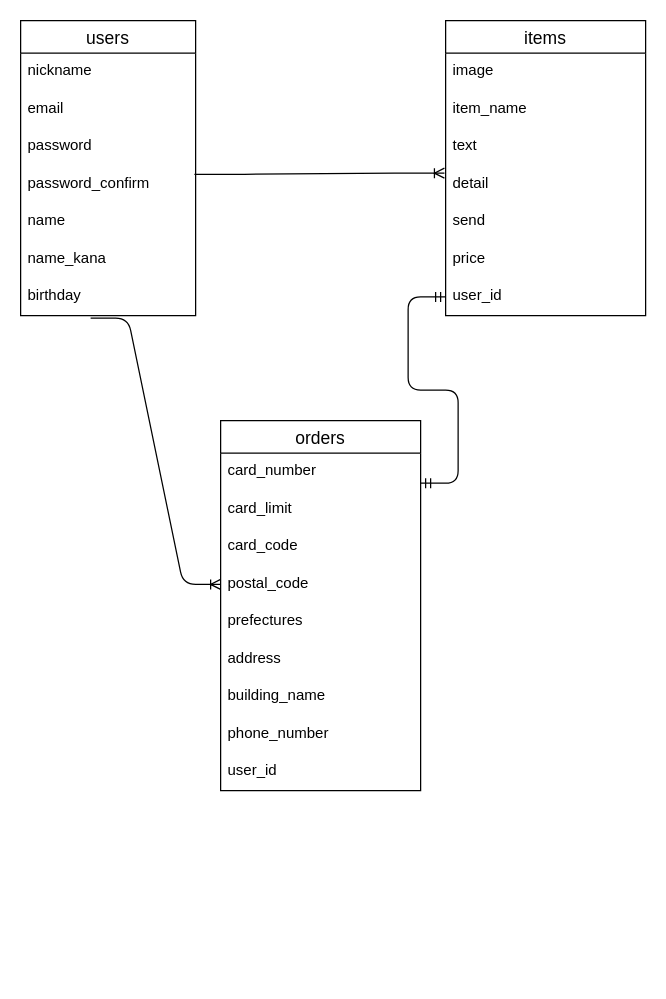
Earlier version of the draw.io diagram app/assets/furima.dio (yoshi0422/furima-30972). Source tidied: cells renumbered, new cells numbered last; positions are measured from the earlier drawing's top-left corner, leaving out a move shared by most shapes. Both pictures are drawn from the tidied source at 125%, with x=0, y=0 at pixel (20, 20).
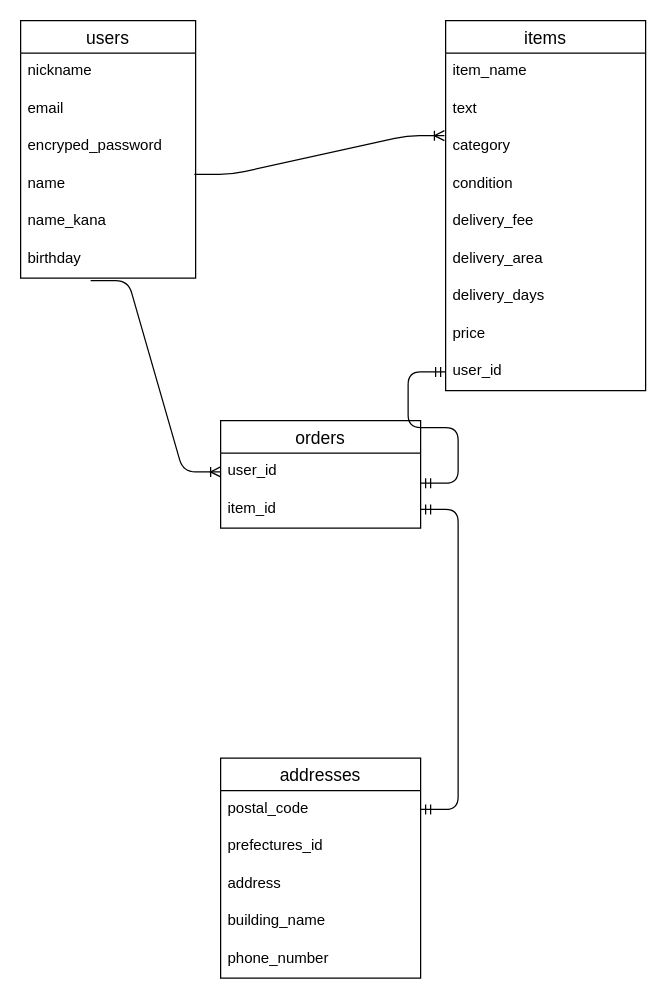
The same diagram, later.

Change to the diagram source:
```diff
@@
     <mxCell id="2" value="users" style="swimlane;fontStyle=0;horizontal=1;startSize=26;align=center;fontSize=14;" parent="1" vertex="1">
-      <mxGeometry width="140" height="236" as="geometry" />
+      <mxGeometry width="140" height="206" as="geometry" />
     </mxCell>
@@
-    <mxCell id="5" value="password" style="text;strokeColor=none;fillColor=none;spacingLeft=4;spacingRight=4;overflow=hidden;fontSize=12;" parent="2" vertex="1">
+    <mxCell id="5" value="encryped_password" style="text;strokeColor=none;fillColor=none;spacingLeft=4;spacingRight=4;overflow=hidden;fontSize=12;" parent="2" vertex="1">
       <mxGeometry y="86" width="140" height="30" as="geometry" />
     </mxCell>
-    <mxCell id="6" value="password_confirm" style="text;strokeColor=none;fillColor=none;spacingLeft=4;spacingRight=4;overflow=hidden;points=[[0,0.5],[1,0.5]];portConstraint=eastwest;fontSize=12;" parent="2" vertex="1">
-      <mxGeometry y="116" width="140" height="30" as="geometry" />
-    </mxCell>
     <mxCell id="7" value="name" style="text;strokeColor=none;fillColor=none;spacingLeft=4;spacingRight=4;overflow=hidden;fontSize=12;" parent="2" vertex="1">
-      <mxGeometry y="146" width="140" height="30" as="geometry" />
+      <mxGeometry y="116" width="140" height="30" as="geometry" />
     </mxCell>
     <mxCell id="8" value="name_kana" style="text;strokeColor=none;fillColor=none;spacingLeft=4;spacingRight=4;overflow=hidden;fontSize=12;" parent="2" vertex="1">
-      <mxGeometry y="176" width="140" height="30" as="geometry" />
+      <mxGeometry y="146" width="140" height="30" as="geometry" />
     </mxCell>
     <mxCell id="9" value="birthday&#10;" style="text;strokeColor=none;fillColor=none;spacingLeft=4;spacingRight=4;overflow=hidden;points=[[0,0.5],[1,0.5]];portConstraint=eastwest;fontSize=12;" parent="2" vertex="1">
-      <mxGeometry y="206" width="140" height="30" as="geometry" />
+      <mxGeometry y="176" width="140" height="30" as="geometry" />
     </mxCell>
     <mxCell id="10" value="items" style="swimlane;fontStyle=0;horizontal=1;startSize=26;align=center;fontSize=14;" parent="1" vertex="1">
-      <mxGeometry x="340" width="160" height="236" as="geometry" />
+      <mxGeometry x="340" width="160" height="296" as="geometry" />
     </mxCell>
-    <mxCell id="11" value="image" style="text;strokeColor=none;fillColor=none;spacingLeft=4;spacingRight=4;overflow=hidden;fontSize=12;" parent="10" vertex="1">
-      <mxGeometry y="26" width="160" height="30" as="geometry" />
-    </mxCell>
     <mxCell id="12" value="item_name" style="text;strokeColor=none;fillColor=none;spacingLeft=4;spacingRight=4;overflow=hidden;fontSize=12;" parent="10" vertex="1">
-      <mxGeometry y="56" width="160" height="30" as="geometry" />
+      <mxGeometry y="26" width="160" height="30" as="geometry" />
     </mxCell>
     <mxCell id="13" value="text" style="text;strokeColor=none;fillColor=none;spacingLeft=4;spacingRight=4;overflow=hidden;fontSize=12;" parent="10" vertex="1">
-      <mxGeometry y="86" width="160" height="30" as="geometry" />
+      <mxGeometry y="56" width="160" height="30" as="geometry" />
     </mxCell>
-    <mxCell id="14" value="detail" style="text;strokeColor=none;fillColor=none;spacingLeft=4;spacingRight=4;overflow=hidden;points=[[0,0.5],[1,0.5]];portConstraint=eastwest;fontSize=12;" parent="10" vertex="1">
-      <mxGeometry y="116" width="160" height="30" as="geometry" />
+    <mxCell id="14" value="category" style="text;strokeColor=none;fillColor=none;spacingLeft=4;spacingRight=4;overflow=hidden;points=[[0,0.5],[1,0.5]];portConstraint=eastwest;fontSize=12;" parent="10" vertex="1">
+      <mxGeometry y="86" width="160" height="30" as="geometry" />
     </mxCell>
-    <mxCell id="15" value="send" style="text;strokeColor=none;fillColor=none;spacingLeft=4;spacingRight=4;overflow=hidden;fontSize=12;" parent="10" vertex="1">
-      <mxGeometry y="146" width="160" height="30" as="geometry" />
+    <mxCell id="15" value="condition" style="text;strokeColor=none;fillColor=none;spacingLeft=4;spacingRight=4;overflow=hidden;fontSize=12;" parent="10" vertex="1">
+      <mxGeometry y="116" width="160" height="30" as="geometry" />
     </mxCell>
+    <mxCell id="31" value="delivery_fee" style="text;strokeColor=none;fillColor=none;spacingLeft=4;spacingRight=4;overflow=hidden;fontSize=12;" parent="10" vertex="1">
+      <mxGeometry y="146" width="160" height="30" as="geometry" />
+    </mxCell>
+    <mxCell id="32" value="delivery_area" style="text;strokeColor=none;fillColor=none;spacingLeft=4;spacingRight=4;overflow=hidden;fontSize=12;" parent="10" vertex="1">
+      <mxGeometry y="176" width="160" height="30" as="geometry" />
+    </mxCell>
+    <mxCell id="33" value="delivery_days" style="text;strokeColor=none;fillColor=none;spacingLeft=4;spacingRight=4;overflow=hidden;fontSize=12;" parent="10" vertex="1">
+      <mxGeometry y="206" width="160" height="30" as="geometry" />
+    </mxCell>
     <mxCell id="16" value="price" style="text;strokeColor=none;fillColor=none;spacingLeft=4;spacingRight=4;overflow=hidden;fontSize=12;" parent="10" vertex="1">
-      <mxGeometry y="176" width="160" height="30" as="geometry" />
+      <mxGeometry y="236" width="160" height="30" as="geometry" />
     </mxCell>
     <mxCell id="17" value="user_id" style="text;strokeColor=none;fillColor=none;spacingLeft=4;spacingRight=4;overflow=hidden;points=[[0,0.5],[1,0.5]];portConstraint=eastwest;fontSize=12;" parent="10" vertex="1">
-      <mxGeometry y="206" width="160" height="30" as="geometry" />
+      <mxGeometry y="266" width="160" height="30" as="geometry" />
     </mxCell>
     <mxCell id="18" value="orders" style="swimlane;fontStyle=0;horizontal=1;startSize=26;align=center;fontSize=14;" parent="1" vertex="1">
-      <mxGeometry x="160" y="320" width="160" height="296" as="geometry" />
+      <mxGeometry x="160" y="320" width="160" height="86" as="geometry" />
     </mxCell>
-    <mxCell id="19" value="card_number" style="text;strokeColor=none;fillColor=none;spacingLeft=4;spacingRight=4;overflow=hidden;fontSize=12;" parent="18" vertex="1">
-      <mxGeometry y="26" width="160" height="30" as="geometry" />
-    </mxCell>
-    <mxCell id="20" value="card_limit" style="text;strokeColor=none;fillColor=none;spacingLeft=4;spacingRight=4;overflow=hidden;fontSize=12;" parent="18" vertex="1">
-      <mxGeometry y="56" width="160" height="30" as="geometry" />
-    </mxCell>
-    <mxCell id="21" value="card_code" style="text;strokeColor=none;fillColor=none;spacingLeft=4;spacingRight=4;overflow=hidden;fontSize=12;" parent="18" vertex="1">
-      <mxGeometry y="86" width="160" height="30" as="geometry" />
-    </mxCell>
+    <mxCell id="27" value="user_id" style="text;strokeColor=none;fillColor=none;spacingLeft=4;spacingRight=4;overflow=hidden;fontSize=12;" parent="18" vertex="1">
+      <mxGeometry y="26" width="160" height="30" as="geometry" />
+    </mxCell>
+    <mxCell id="34" value="item_id" style="text;strokeColor=none;fillColor=none;spacingLeft=4;spacingRight=4;overflow=hidden;points=[[0,0.5],[1,0.5]];portConstraint=eastwest;fontSize=12;" parent="18" vertex="1">
+      <mxGeometry y="56" width="160" height="30" as="geometry" />
+    </mxCell>
+    <mxCell id="28" style="edgeStyle=entityRelationEdgeStyle;fontSize=12;html=1;endArrow=ERmandOne;startArrow=ERmandOne;" parent="1" edge="1" target="17">
+      <mxGeometry relative="1" as="geometry">
+        <mxPoint x="320" y="370" as="sourcePoint" />
+      </mxGeometry>
+    </mxCell>
+    <mxCell id="29" style="edgeStyle=entityRelationEdgeStyle;fontSize=12;html=1;endArrow=ERoneToMany;entryX=-0.006;entryY=0.2;entryDx=0;entryDy=0;entryPerimeter=0;exitX=0.993;exitY=0.233;exitDx=0;exitDy=0;exitPerimeter=0;" parent="1" edge="1" target="14">
+      <mxGeometry relative="1" as="geometry">
+        <mxPoint x="139" y="123" as="sourcePoint" />
+      </mxGeometry>
+    </mxCell>
+    <mxCell id="30" style="edgeStyle=entityRelationEdgeStyle;fontSize=12;html=1;endArrow=ERoneToMany;exitX=0.4;exitY=1.067;exitDx=0;exitDy=0;exitPerimeter=0;entryX=0;entryY=0.5;entryDx=0;entryDy=0;" parent="1" edge="1" source="9">
+      <mxGeometry relative="1" as="geometry">
+        <mxPoint x="160" y="361" as="targetPoint" />
+      </mxGeometry>
+    </mxCell>
+    <mxCell id="35" value="addresses" style="swimlane;fontStyle=0;horizontal=1;startSize=26;align=center;fontSize=14;" parent="1" vertex="1">
+      <mxGeometry x="160" y="590" width="160" height="176" as="geometry" />
+    </mxCell>
-    <mxCell id="22" value="postal_code" style="text;strokeColor=none;fillColor=none;spacingLeft=4;spacingRight=4;overflow=hidden;points=[[0,0.5],[1,0.5]];portConstraint=eastwest;fontSize=12;" parent="18" vertex="1">
-      <mxGeometry y="116" width="160" height="30" as="geometry" />
+    <mxCell id="22" value="postal_code" style="text;strokeColor=none;fillColor=none;spacingLeft=4;spacingRight=4;overflow=hidden;points=[[0,0.5],[1,0.5]];portConstraint=eastwest;fontSize=12;" parent="35" vertex="1">
+      <mxGeometry y="26" width="160" height="30" as="geometry" />
     </mxCell>
-    <mxCell id="23" value="prefectures" style="text;strokeColor=none;fillColor=none;spacingLeft=4;spacingRight=4;overflow=hidden;fontSize=12;" parent="18" vertex="1">
-      <mxGeometry y="146" width="160" height="30" as="geometry" />
-    </mxCell>
+    <mxCell id="36" value="prefectures_id" style="text;strokeColor=none;fillColor=none;spacingLeft=4;spacingRight=4;overflow=hidden;fontSize=12;" parent="35" vertex="1">
+      <mxGeometry y="56" width="160" height="30" as="geometry" />
+    </mxCell>
-    <mxCell id="24" value="address" style="text;strokeColor=none;fillColor=none;spacingLeft=4;spacingRight=4;overflow=hidden;fontSize=12;" parent="18" vertex="1">
-      <mxGeometry y="176" width="160" height="30" as="geometry" />
+    <mxCell id="24" value="address" style="text;strokeColor=none;fillColor=none;spacingLeft=4;spacingRight=4;overflow=hidden;fontSize=12;" parent="35" vertex="1">
+      <mxGeometry y="86" width="160" height="30" as="geometry" />
     </mxCell>
-    <mxCell id="25" value="building_name" style="text;strokeColor=none;fillColor=none;spacingLeft=4;spacingRight=4;overflow=hidden;fontSize=12;" parent="18" vertex="1">
-      <mxGeometry y="206" width="160" height="30" as="geometry" />
+    <mxCell id="25" value="building_name" style="text;strokeColor=none;fillColor=none;spacingLeft=4;spacingRight=4;overflow=hidden;fontSize=12;" parent="35" vertex="1">
+      <mxGeometry y="116" width="160" height="30" as="geometry" />
     </mxCell>
-    <mxCell id="26" value="phone_number" style="text;strokeColor=none;fillColor=none;spacingLeft=4;spacingRight=4;overflow=hidden;fontSize=12;" parent="18" vertex="1">
-      <mxGeometry y="236" width="160" height="30" as="geometry" />
+    <mxCell id="26" value="phone_number" style="text;strokeColor=none;fillColor=none;spacingLeft=4;spacingRight=4;overflow=hidden;fontSize=12;" parent="35" vertex="1">
+      <mxGeometry y="146" width="160" height="30" as="geometry" />
     </mxCell>
-    <mxCell id="27" value="user_id" style="text;strokeColor=none;fillColor=none;spacingLeft=4;spacingRight=4;overflow=hidden;fontSize=12;" parent="18" vertex="1">
-      <mxGeometry y="266" width="160" height="30" as="geometry" />
-    </mxCell>
-    <mxCell id="28" style="edgeStyle=entityRelationEdgeStyle;fontSize=12;html=1;endArrow=ERmandOne;startArrow=ERmandOne;" parent="1" edge="1" target="17">
-      <mxGeometry relative="1" as="geometry">
-        <mxPoint x="320" y="370" as="sourcePoint" />
-      </mxGeometry>
-    </mxCell>
-    <mxCell id="29" style="edgeStyle=entityRelationEdgeStyle;fontSize=12;html=1;endArrow=ERoneToMany;entryX=-0.006;entryY=0.2;entryDx=0;entryDy=0;entryPerimeter=0;exitX=0.993;exitY=0.233;exitDx=0;exitDy=0;exitPerimeter=0;" parent="1" edge="1" source="6" target="14">
-      <mxGeometry relative="1" as="geometry" />
-    </mxCell>
-    <mxCell id="30" style="edgeStyle=entityRelationEdgeStyle;fontSize=12;html=1;endArrow=ERoneToMany;exitX=0.4;exitY=1.067;exitDx=0;exitDy=0;exitPerimeter=0;entryX=0;entryY=0.5;entryDx=0;entryDy=0;" parent="1" edge="1" source="9" target="22">
-      <mxGeometry relative="1" as="geometry" />
-    </mxCell>
+    <mxCell id="37" style="edgeStyle=entityRelationEdgeStyle;fontSize=12;html=1;endArrow=ERmandOne;startArrow=ERmandOne;entryX=1;entryY=0.5;entryDx=0;entryDy=0;rounded=1;exitX=1;exitY=0.5;exitDx=0;exitDy=0;" parent="1" edge="1" source="22" target="34">
+      <mxGeometry relative="1" as="geometry" />
+    </mxCell>
```
